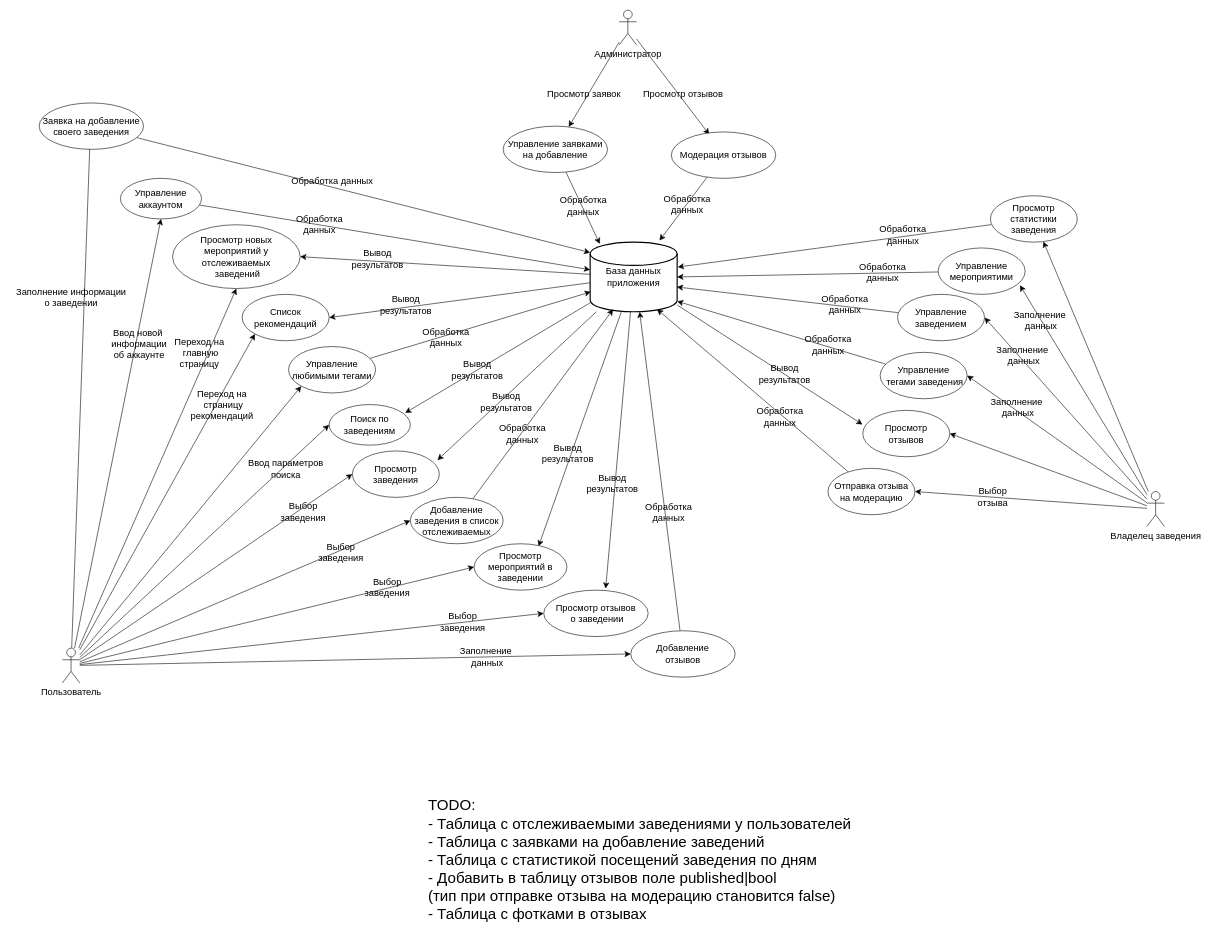
romka3214/diplom_docs keeps this draw.io diagram as use case.drawio.xml. Above is the earlier version. Source tidied: cells renumbered, new cells numbered last; positions are measured from the earlier drawing's top-left corner, leaving out a move shared by most shapes. Both pictures are drawn from the tidied source at 58%, with x=0, y=0 at pixel (10, 10).
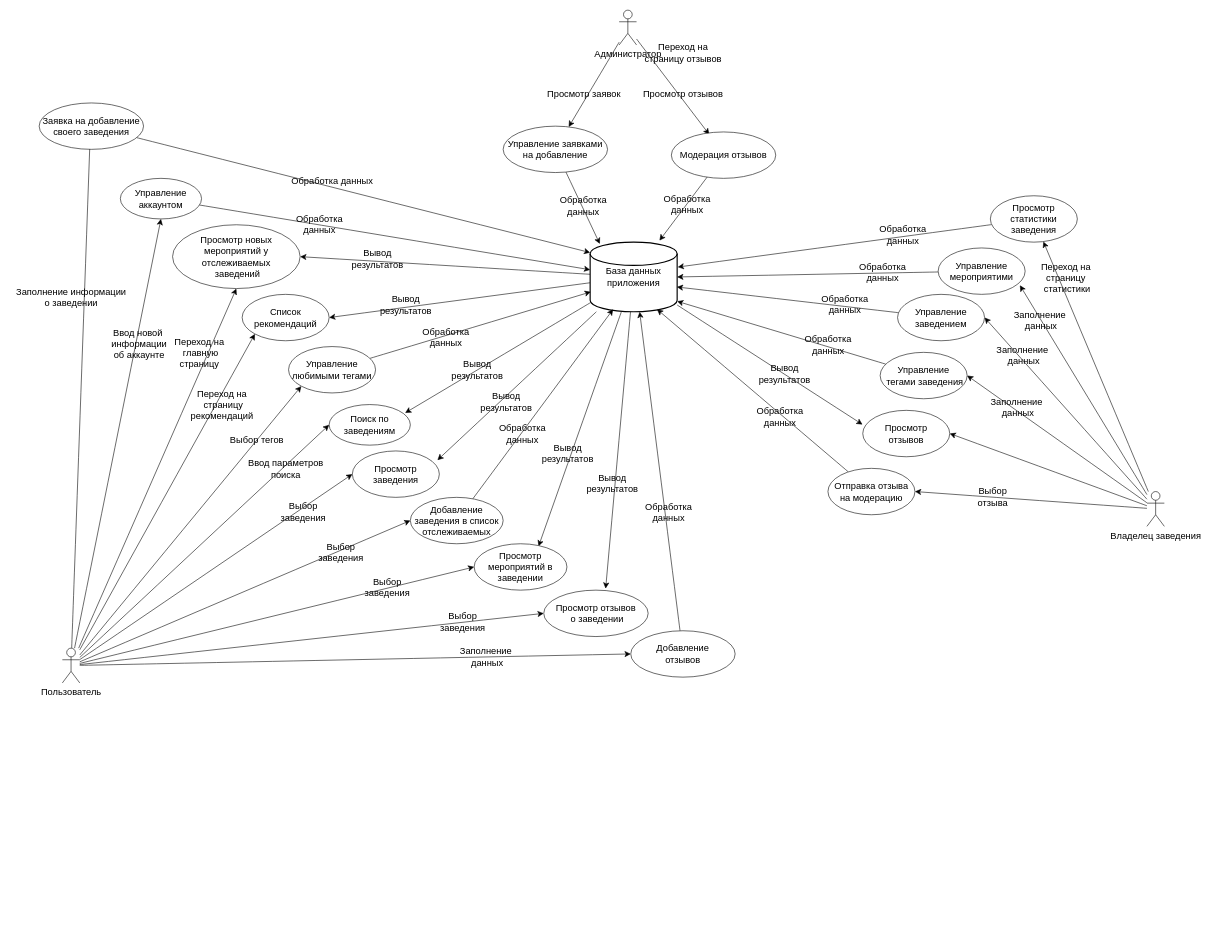
The same diagram, later.

The change refers to these unchanged cells:
```xml
<mxCell id="21" style="edgeStyle=none;curved=1;rounded=0;jettySize=auto;html=1;entryX=1;entryY=0.5;entryDx=0;entryDy=0;fontSize=12;startSize=8;endSize=8;" parent="1" edge="1" source="23" target="47">
  <mxGeometry relative="1" as="geometry" />
</mxCell>
```

Change to the diagram source:
```diff
@@
+    <mxCell id="99" value="Переход на &lt;br&gt;страницу отзывов" style="text;html=1;align=center;verticalAlign=middle;strokeColor=none;fillColor=none;fontSize=16;" parent="21" vertex="1">
+      <mxGeometry x="1080" y="49" width="160" height="50" as="geometry" />
+    </mxCell>
@@
-    <mxCell id="59" value="&lt;div style=&quot;text-align: left; font-size: 26px;&quot;&gt;&lt;span style=&quot;background-color: initial;&quot;&gt;&lt;font style=&quot;font-size: 26px;&quot;&gt;TODO:&lt;/font&gt;&lt;/span&gt;&lt;/div&gt;&lt;div style=&quot;text-align: left; font-size: 26px;&quot;&gt;&lt;span style=&quot;background-color: initial;&quot;&gt;&lt;font style=&quot;font-size: 26px;&quot;&gt;- Таблица с отслеживаемыми заведениями у пользователей&lt;br&gt;- Таблица с заявками на добавление заведений&lt;br&gt;- Таблица с статистикой посещений заведения по дням&lt;/font&gt;&lt;/span&gt;&lt;/div&gt;&lt;div style=&quot;text-align: left; font-size: 26px;&quot;&gt;- Добавить в таблицу отзывов поле published|bool&lt;/div&gt;&lt;div style=&quot;text-align: left; font-size: 26px;&quot;&gt;(тип при отправке отзыва на модерацию становится false)&lt;/div&gt;&lt;div style=&quot;text-align: left; font-size: 26px;&quot;&gt;- Таблица с фотками в отзывах&lt;/div&gt;" style="text;html=1;align=center;verticalAlign=middle;strokeColor=none;fillColor=none;fontSize=16;" parent="1" vertex="1">
-      <mxGeometry x="710" y="1350" width="750" height="230" as="geometry" />
-    </mxCell>
@@
+    <mxCell id="100" value="Переход на &lt;br&gt;страницу&lt;br&gt;&amp;nbsp;статистики" style="text;html=1;align=center;verticalAlign=middle;strokeColor=none;fillColor=none;fontSize=16;" parent="1" vertex="1">
+      <mxGeometry x="1765" y="427" width="110" height="70" as="geometry" />
+    </mxCell>
+    <mxCell id="101" value="Выбор тегов" style="text;html=1;align=center;verticalAlign=middle;strokeColor=none;fillColor=none;fontSize=16;" parent="1" vertex="1">
+      <mxGeometry x="365" y="725" width="120" height="30" as="geometry" />
+    </mxCell>
```
